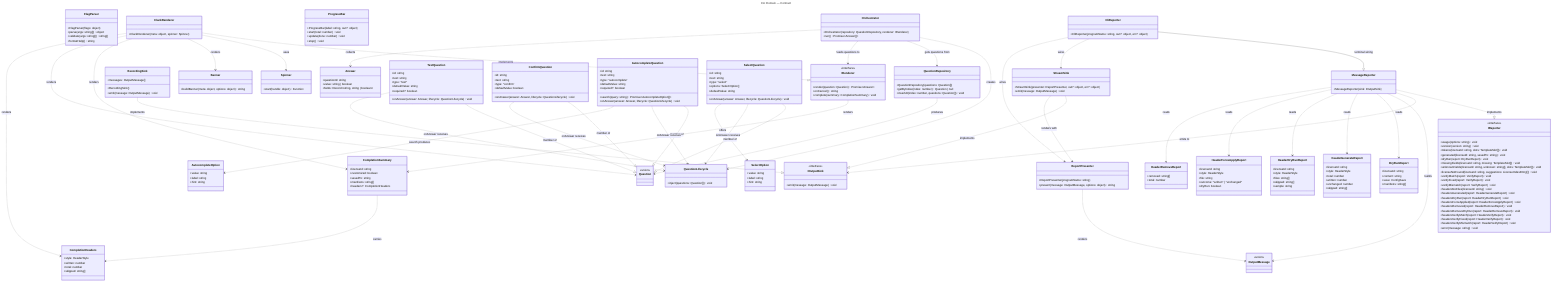
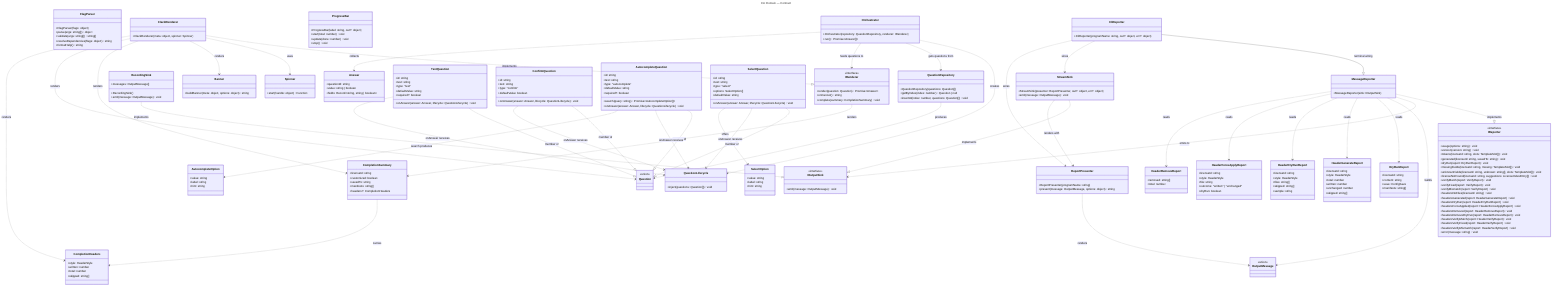
---
title: CLI Domain — Contract
---
classDiagram
  direction TB

  %% Domain: CLI (src/cli)
  %% Focused per-domain view extracted from ../class-diagram.mmd.
  %% Shows ONLY CLI-domain classes and their intra-domain relationships.
  %% Cross-domain relationships (LicenseWizard creates these; CliReporter renders
  %% Licensing/Verify/Headers reports) are intentionally omitted — see
  %% ../class-diagram.mmd for the full picture.
  %%
  %% FlagParser and ProgressBar belong to this domain but have no intra-domain
  %% relationships; they collaborate only with the bootstrap (LicenseWizard).

  class FlagParser {
    +FlagParser(flags: object)
    +parse(args: string[]) object
    +validate(args: string[]) string[]
+     +resolveDependencies(flags: object) string
    +formatHelp() string
  }

  class Orchestrator {
    +Orchestrator(repository: QuestionRepository, renderer: IRenderer)
    +run() Promise~Answer[]~
  }

  class IRenderer {
    <<interface>>
    +render(question: Question) Promise~Answer~
    +onCancel() string
    +complete(summary: CompletionSummary) void
  }

  class CompletionSummary {
    +licenseId: string
    +customized: boolean
    +savedTo: string
    +manifests: string[]
    +headers?: CompletionHeaders
  }

  class CompletionHeaders {
    +style: HeaderStyle
    +written: number
    +total: number
    +skipped: string[]
  }

  class ProgressBar {
    +ProgressBar(label: string, out?: object)
    +start(total: number) void
    +update(done: number) void
    +stop() void
  }

  class ClackRenderer {
    +ClackRenderer(meta: object, spinner: Spinner)
  }

  class IReporter {
    <<interface>>
    +usage(options: string) void
    +version(version: string) void
    +tokens(licenseId: string, slots: TemplateSlot[]) void
    +generated(licenseId: string, savedTo: string) void
    +dryRun(report: DryRunReport) void
    +missingFields(licenseId: string, missing: TemplateSlot[]) void
    +unknownFields(licenseId: string, unknown: string[], slots: TemplateSlot[]) void
    +licenseNotFound(licenseId: string, suggestions: LicenseIndexEntry[]) void
    +verifyMatch(report: VerifyReport) void
    +verifyFixed(report: VerifyReport) void
    +verifyMismatch(report: VerifyReport) void
    +headersNoFiles(licenseId: string) void
    +headersGenerated(report: HeaderGenerateReport) void
    +headersDryRun(report: HeaderDryRunReport) void
    +headersForceApplied(report: HeaderForceApplyReport) void
    +headersRemoved(report: HeaderRemoveReport) void
    +headersRemoveDryRun(report: HeaderRemoveReport) void
    +headersVerifyMatch(report: HeaderVerifyReport) void
    +headersVerifyFixed(report: HeaderVerifyReport) void
    +headersVerifyMismatch(report: HeaderVerifyReport) void
    +error(message: string) void
  }

  class HeaderGenerateReport {
    +licenseId: string
    +style: HeaderStyle
    +total: number
    +written: number
    +unchanged: number
    +skipped: string[]
  }

  class HeaderDryRunReport {
    +licenseId: string
    +style: HeaderStyle
    +files: string[]
    +skipped: string[]
    +sample: string
  }

  class HeaderForceApplyReport {
    +licenseId: string
    +style: HeaderStyle
    +file: string
    +outcome: "written" | "unchanged"
    +dryRun: boolean
  }

  class HeaderRemoveReport {
    +removed: string[]
    +total: number
  }

  class DryRunReport {
    +licenseId: string
    +content: string
    +save: ConfigSave
    +manifests: string[]
  }

  class MessageReporter {
    +MessageReporter(sink: IOutputSink)
  }

  class CliReporter {
    +CliReporter(programName: string, out?: object, err?: object)
  }

  class IOutputSink {
    <<interface>>
    +emit(message: OutputMessage) void
  }

  class StreamSink {
    +StreamSink(presenter: ReportPresenter, out?: object, err?: object)
    +emit(message: OutputMessage) void
  }

  class RecordingSink {
    +RecordingSink()
    +emit(message: OutputMessage) void
    +messages: OutputMessage[]
  }

  class ReportPresenter {
    +ReportPresenter(programName: string)
    +present(message: OutputMessage, options: object) string
  }

  class OutputMessage {
    <<union>>
  }

  class Banner {
    +buildBanner(meta: object, options: object) string
  }

  class Spinner {
    +start(handle: object) Function
  }

  class QuestionRepository {
    +QuestionRepository(questions: Question[])
    +getByIndex(index: number) Question | null
    +insertAt(index: number, questions: Question[]) void
  }

  class QuestionLifecycle {
    +inject(questions: Question[]) void
  }

  class Question {
    <<union>>
  }

  class TextQuestion {
    +id: string
    +text: string
    +type: "text"
    +defaultValue: string
    +required?: boolean
    +onAnswer(answer: Answer, lifecycle: QuestionLifecycle) void
  }

  class ConfirmQuestion {
    +id: string
    +text: string
    +type: "confirm"
    +defaultValue: boolean
    +onAnswer(answer: Answer, lifecycle: QuestionLifecycle) void
  }

  class AutocompleteQuestion {
    +id: string
    +text: string
    +type: "autocomplete"
    +defaultValue: string
    +required?: boolean
    +search(query: string) Promise~AutocompleteOption[]~
    +onAnswer(answer: Answer, lifecycle: QuestionLifecycle) void
  }

  class AutocompleteOption {
    +value: string
    +label: string
    +hint: string
  }

  class SelectQuestion {
    +id: string
    +text: string
    +type: "select"
    +options: SelectOption[]
    +defaultValue: string
    +onAnswer(answer: Answer, lifecycle: QuestionLifecycle) void
  }

  class SelectOption {
    +value: string
    +label: string
    +hint: string
  }

  class Answer {
    +questionId: string
    +value: string | boolean
    +fields: Record~string, string | boolean~
  }

  TextQuestion ..|> Question : member of
  ConfirmQuestion ..|> Question : member of
  AutocompleteQuestion ..|> Question : member of
  SelectQuestion ..|> Question : member of
  TextQuestion ..> QuestionLifecycle : onAnswer receives
  ConfirmQuestion ..> QuestionLifecycle : onAnswer receives
  AutocompleteQuestion ..> QuestionLifecycle : onAnswer receives
  SelectQuestion ..> QuestionLifecycle : onAnswer receives
  SelectQuestion ..> SelectOption : offers
  Orchestrator ..> QuestionLifecycle : creates
  Orchestrator ..> QuestionRepository : gets questions from
  Orchestrator ..> IRenderer : feeds questions to
  Orchestrator ..> Answer : collects
  ClackRenderer ..|> IRenderer : implements
  ClackRenderer ..> Spinner : uses
  ClackRenderer ..> Banner : renders
  ClackRenderer ..> CompletionSummary : renders
  ClackRenderer ..> Question : renders
  ClackRenderer ..> CompletionHeaders : renders
  IRenderer ..> CompletionSummary : renders
  CompletionSummary ..> CompletionHeaders : carries
  MessageReporter ..|> IReporter : implements
  CliReporter --|> MessageReporter : terminal wiring
  MessageReporter ..> IOutputSink : emits to
  MessageReporter ..> OutputMessage : builds
  MessageReporter ..> DryRunReport : reads
  MessageReporter ..> HeaderGenerateReport : reads
  MessageReporter ..> HeaderDryRunReport : reads
  MessageReporter ..> HeaderForceApplyReport : reads
  MessageReporter ..> HeaderRemoveReport : reads
  StreamSink ..|> IOutputSink : implements
  RecordingSink ..|> IOutputSink : implements
  StreamSink ..> ReportPresenter : renders with
  ReportPresenter ..> OutputMessage : renders
  CliReporter ..> StreamSink : wires
  CliReporter ..> ReportPresenter : wires
  QuestionRepository ..> Question : produces
  AutocompleteQuestion ..> AutocompleteOption : search produces
